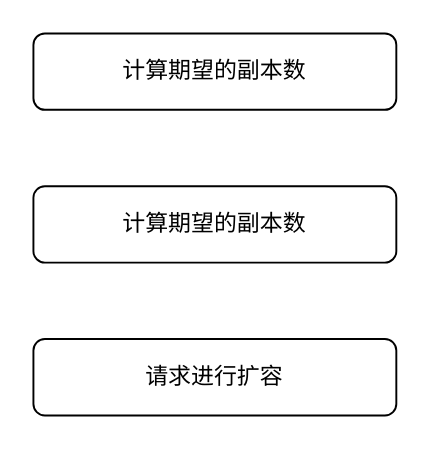
Above: page "第 1 页" (1 of 2) of docs/HPA.drawio in caijiatao/go-lib (draw.io), before the change. Source tidied: cells renumbered, new cells numbered last; positions are measured from the earlier drawing's top-left corner, leaving out a move shared by most shapes. Both pictures are drawn from the tidied source at 191%, with x=0, y=0 at pixel (32, 32).
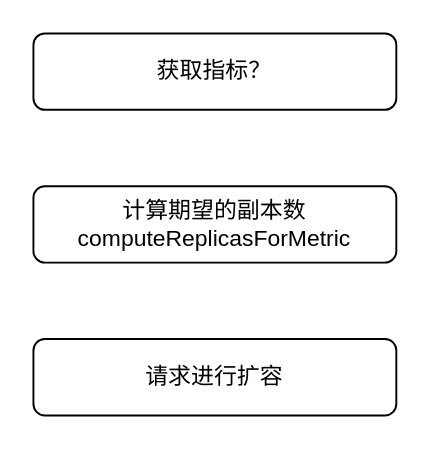
After the change.

Diff of the diagram source:
```diff
@@
 <mxGraphModel>
   <root>
     <mxCell id="0" />
     <mxCell id="1" parent="0" />
     <mxCell id="2" value="请求进行扩容" style="rounded=1;whiteSpace=wrap;html=1;" parent="1" vertex="1">
       <mxGeometry y="160" width="190" height="40" as="geometry" />
     </mxCell>
-    <mxCell id="3" value="计算期望的副本数" style="rounded=1;whiteSpace=wrap;html=1;" parent="1" vertex="1">
+    <mxCell id="3" value="计算期望的副本数&lt;br&gt;computeReplicasForMetric" style="rounded=1;whiteSpace=wrap;html=1;" parent="1" vertex="1">
       <mxGeometry y="80" width="190" height="40" as="geometry" />
     </mxCell>
-    <mxCell id="4" value="计算期望的副本数" style="rounded=1;whiteSpace=wrap;html=1;" parent="1" vertex="1">
+    <mxCell id="4" value="获取指标？" style="rounded=1;whiteSpace=wrap;html=1;" parent="1" vertex="1">
       <mxGeometry width="190" height="40" as="geometry" />
     </mxCell>
   </root>
 </mxGraphModel>
```
